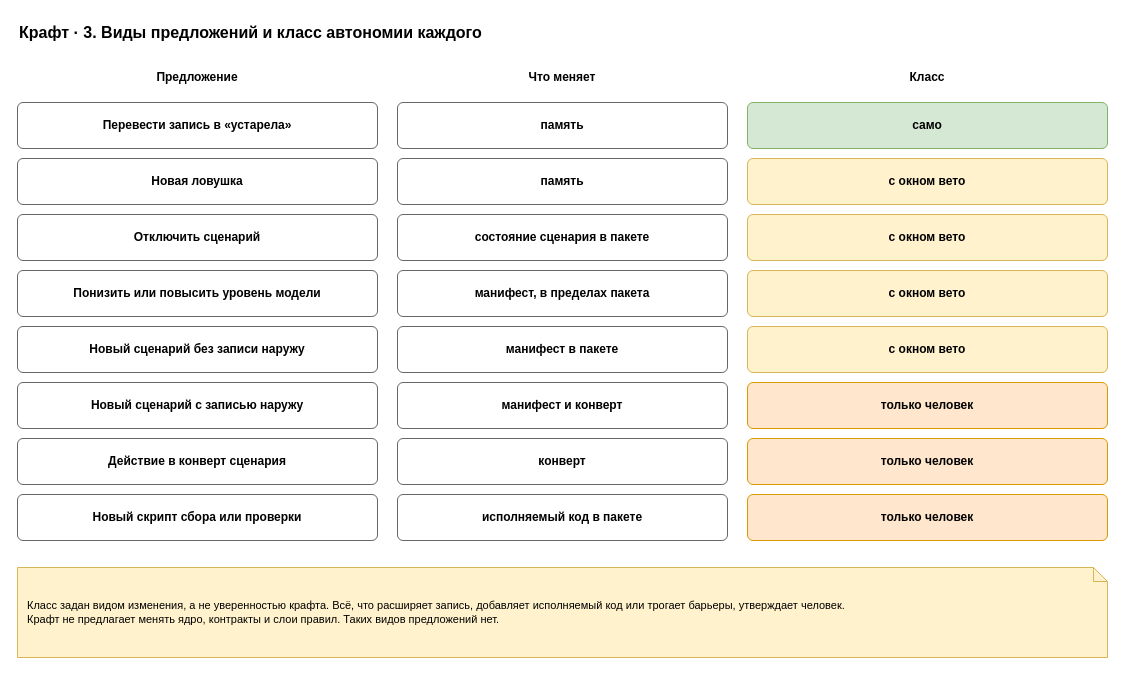
This is page "23. Виды предложений" (23 of 24) of docs/spec/harness-spec.drawio from roygkov/reins, a draw.io file, before an edit. Source tidied: cells renumbered, new cells numbered last; positions are measured from the earlier drawing's top-left corner, leaving out a move shared by most shapes. Both pictures are drawn from the tidied source at 100%, with x=0, y=0 at pixel (17, 17).
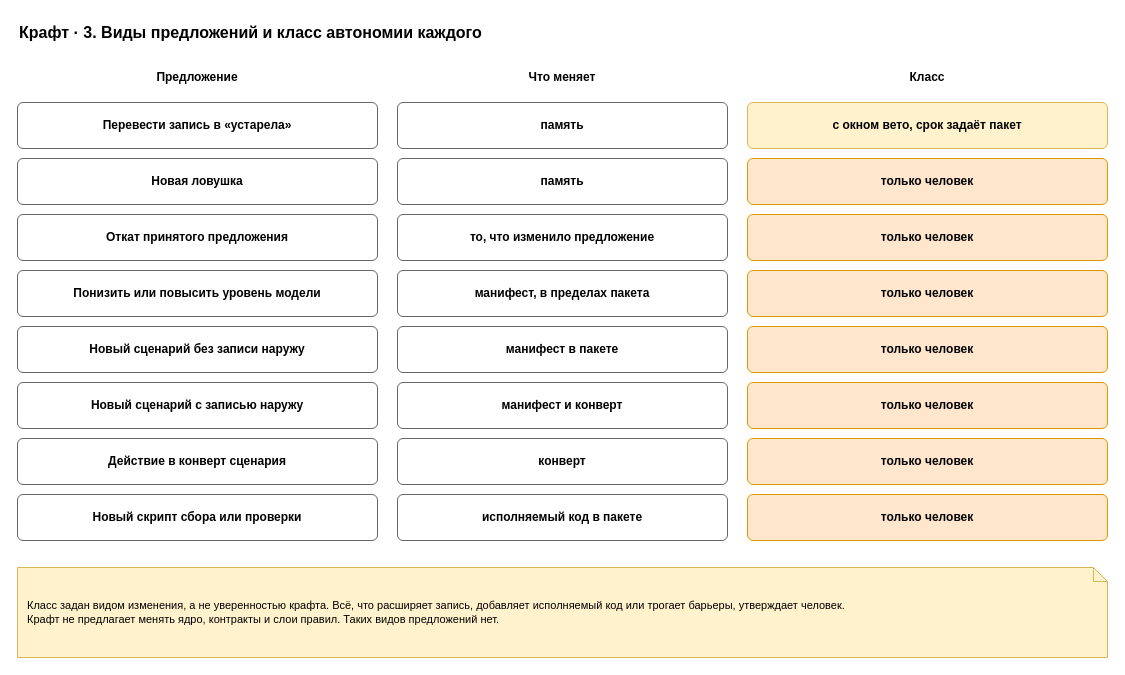
The same page after the edit.

What changed in the source:
```diff
@@
-    <mxCell id="8" value="&lt;b&gt;само&lt;/b&gt;" style="rounded=1;whiteSpace=wrap;html=1;fillColor=#d5e8d4;strokeColor=#82b366;arcSize=12;fontStyle=0;" parent="1" vertex="1">
+    <mxCell id="8" value="&lt;b&gt;с окном вето, срок задаёт пакет&lt;/b&gt;" style="rounded=1;whiteSpace=wrap;html=1;fillColor=#fff2cc;strokeColor=#d6b656;arcSize=12;fontStyle=0;" parent="1" vertex="1">
       <mxGeometry x="730" y="85" width="360" height="46" as="geometry" />
     </mxCell>
@@
-    <mxCell id="11" value="&lt;b&gt;с окном вето&lt;/b&gt;" style="rounded=1;whiteSpace=wrap;html=1;fillColor=#fff2cc;strokeColor=#d6b656;arcSize=12;fontStyle=0;" parent="1" vertex="1">
+    <mxCell id="11" value="&lt;b&gt;только человек&lt;/b&gt;" style="rounded=1;whiteSpace=wrap;html=1;fillColor=#ffe6cc;strokeColor=#d79b00;arcSize=12;fontStyle=0;" parent="1" vertex="1">
       <mxGeometry x="730" y="141" width="360" height="46" as="geometry" />
     </mxCell>
-    <mxCell id="12" value="&lt;b&gt;Отключить сценарий&lt;/b&gt;" style="rounded=1;whiteSpace=wrap;html=1;fillColor=#ffffff;strokeColor=#666666;arcSize=12;" parent="1" vertex="1">
+    <mxCell id="12" value="&lt;b&gt;Откат принятого предложения&lt;/b&gt;" style="rounded=1;whiteSpace=wrap;html=1;fillColor=#ffffff;strokeColor=#666666;arcSize=12;" parent="1" vertex="1">
       <mxGeometry y="197" width="360" height="46" as="geometry" />
     </mxCell>
-    <mxCell id="13" value="&lt;b&gt;состояние сценария в пакете&lt;/b&gt;" style="rounded=1;whiteSpace=wrap;html=1;fillColor=#ffffff;strokeColor=#666666;arcSize=12;fontStyle=0;" parent="1" vertex="1">
+    <mxCell id="13" value="&lt;b&gt;то, что изменило предложение&lt;/b&gt;" style="rounded=1;whiteSpace=wrap;html=1;fillColor=#ffffff;strokeColor=#666666;arcSize=12;fontStyle=0;" parent="1" vertex="1">
       <mxGeometry x="380" y="197" width="330" height="46" as="geometry" />
     </mxCell>
-    <mxCell id="14" value="&lt;b&gt;с окном вето&lt;/b&gt;" style="rounded=1;whiteSpace=wrap;html=1;fillColor=#fff2cc;strokeColor=#d6b656;arcSize=12;fontStyle=0;" parent="1" vertex="1">
+    <mxCell id="14" value="&lt;b&gt;только человек&lt;/b&gt;" style="rounded=1;whiteSpace=wrap;html=1;fillColor=#ffe6cc;strokeColor=#d79b00;arcSize=12;fontStyle=0;" parent="1" vertex="1">
       <mxGeometry x="730" y="197" width="360" height="46" as="geometry" />
     </mxCell>
@@
-    <mxCell id="17" value="&lt;b&gt;с окном вето&lt;/b&gt;" style="rounded=1;whiteSpace=wrap;html=1;fillColor=#fff2cc;strokeColor=#d6b656;arcSize=12;fontStyle=0;" parent="1" vertex="1">
+    <mxCell id="17" value="&lt;b&gt;только человек&lt;/b&gt;" style="rounded=1;whiteSpace=wrap;html=1;fillColor=#ffe6cc;strokeColor=#d79b00;arcSize=12;fontStyle=0;" parent="1" vertex="1">
       <mxGeometry x="730" y="253" width="360" height="46" as="geometry" />
     </mxCell>
@@
-    <mxCell id="20" value="&lt;b&gt;с окном вето&lt;/b&gt;" style="rounded=1;whiteSpace=wrap;html=1;fillColor=#fff2cc;strokeColor=#d6b656;arcSize=12;fontStyle=0;" parent="1" vertex="1">
+    <mxCell id="20" value="&lt;b&gt;только человек&lt;/b&gt;" style="rounded=1;whiteSpace=wrap;html=1;fillColor=#ffe6cc;strokeColor=#d79b00;arcSize=12;fontStyle=0;" parent="1" vertex="1">
       <mxGeometry x="730" y="309" width="360" height="46" as="geometry" />
     </mxCell>
```
